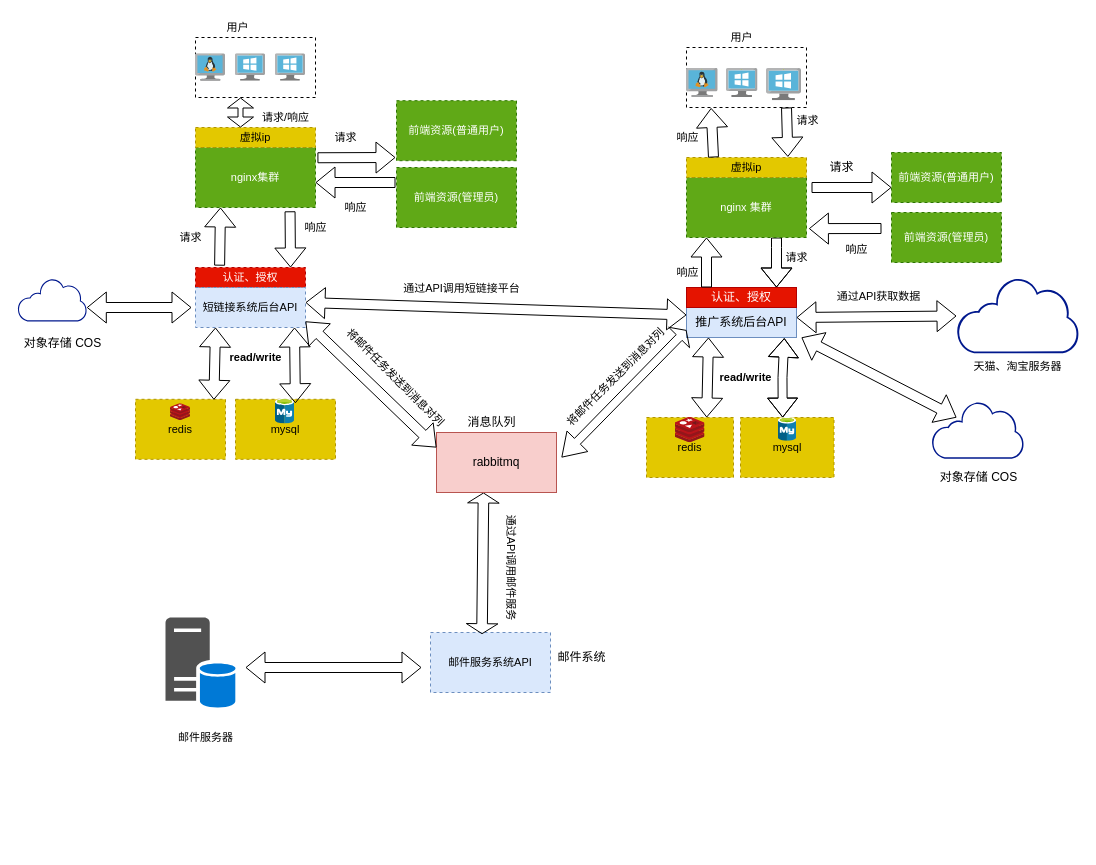
Before: Untitled Diagram.drawio in ndb000901/diagrams, a draw.io diagram. Source tidied: cells renumbered, new cells numbered last; positions are measured from the earlier drawing's top-left corner, leaving out a move shared by most shapes. Both pictures are drawn from the tidied source at 100%, with x=0, y=0 at pixel (17, 17).
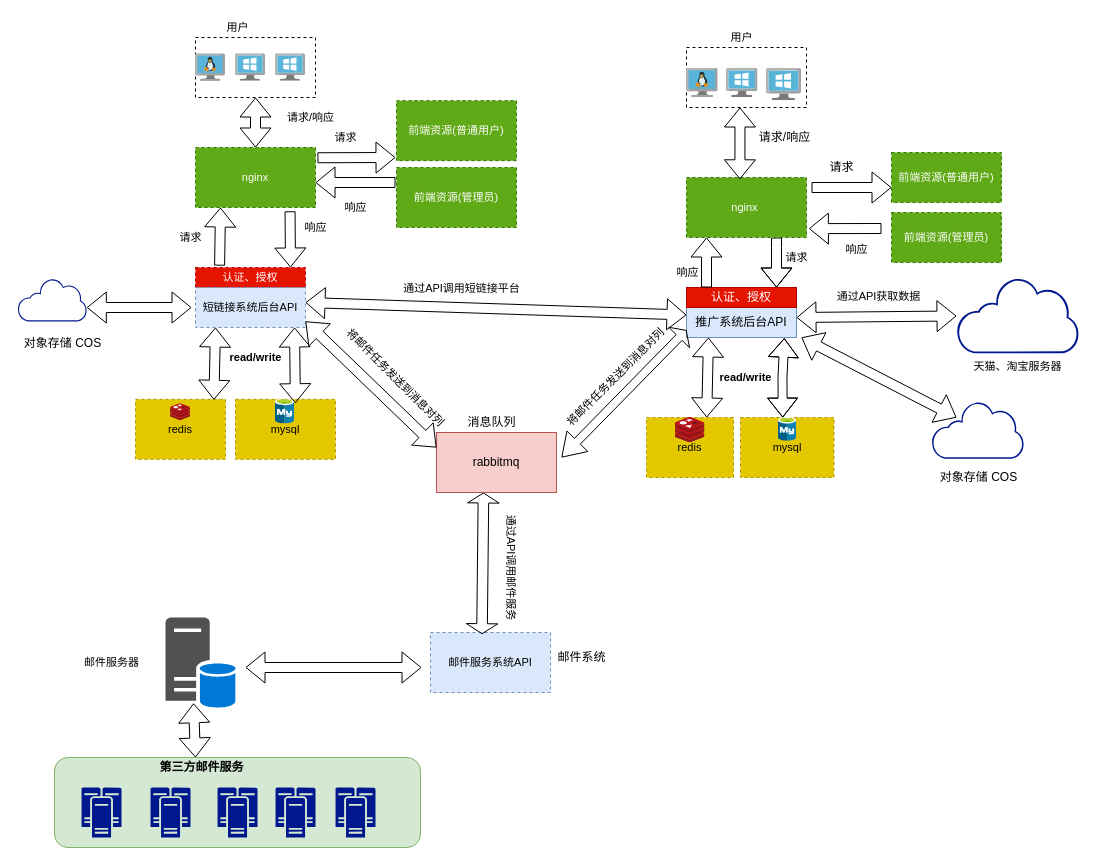
Above is the later version.

The change refers to these unchanged cells:
```xml
<mxCell id="13" style="rounded=0;whiteSpace=wrap;html=1;dashed=1;fontFamily=Helvetica;fontSize=11;fontColor=default;" parent="1" vertex="1">
  <mxGeometry x="669" y="30" width="120" height="60" as="geometry" />
</mxCell>
<mxCell id="61" style="sketch=0;shadow=0;dashed=0;html=1;strokeColor=none;labelPosition=center;verticalLabelPosition=bottom;verticalAlign=top;align=center;fillColor=#515151;shape=mxgraph.mscae.system_center.primary_site;fontFamily=Helvetica;fontSize=11;fontColor=default;" parent="1" vertex="1">
  <mxGeometry x="148" y="600" width="70" height="90" as="geometry" />
</mxCell>
```

Change to the diagram source:
```diff
@@
-    <mxCell id="8" value="nginx 集群" style="rounded=0;whiteSpace=wrap;html=1;fontFamily=Helvetica;fontSize=11;fontColor=#ffffff;dashed=1;fillColor=#60a917;strokeColor=#2D7600;" parent="1" vertex="1">
+    <mxCell id="8" value="nginx&amp;nbsp;" style="rounded=0;whiteSpace=wrap;html=1;fontFamily=Helvetica;fontSize=11;fontColor=#ffffff;dashed=1;fillColor=#60a917;strokeColor=#2D7600;" parent="1" vertex="1">
       <mxGeometry x="669" y="160" width="120" height="60" as="geometry" />
     </mxCell>
@@
-    <mxCell id="12" value="虚拟ip" style="rounded=0;whiteSpace=wrap;html=1;dashed=1;fontFamily=Helvetica;fontSize=11;fontColor=#000000;fillColor=#e3c800;strokeColor=#B09500;" parent="1" vertex="1">
-      <mxGeometry x="669" y="140" width="120" height="20" as="geometry" />
-    </mxCell>
@@
-    <mxCell id="15" style="shape=flexArrow;endArrow=classic;html=1;rounded=0;labelBackgroundColor=default;fontFamily=Helvetica;fontSize=11;fontColor=default;strokeColor=default;entryX=0.845;entryY=-0.031;entryDx=0;entryDy=0;entryPerimeter=0;" parent="1" edge="1" target="12">
-      <mxGeometry relative="1" as="geometry">
-        <mxPoint x="769" y="90" as="sourcePoint" />
-      </mxGeometry>
-    </mxCell>
-    <mxCell id="16" value="请求" style="edgeLabel;html=1;align=center;verticalAlign=middle;fontSize=11;fontFamily=Helvetica;fontColor=default;" parent="15" vertex="1">
-      <mxGeometry x="-0.48" relative="1" as="geometry">
-        <mxPoint x="20" as="offset" />
-      </mxGeometry>
-    </mxCell>
-    <mxCell id="17" style="shape=flexArrow;endArrow=classic;html=1;rounded=0;labelBackgroundColor=default;fontFamily=Helvetica;fontSize=11;fontColor=default;strokeColor=default;entryX=0.205;entryY=1.008;entryDx=0;entryDy=0;entryPerimeter=0;" parent="1" edge="1" target="13">
-      <mxGeometry relative="1" as="geometry">
-        <mxPoint x="696" y="140" as="sourcePoint" />
-      </mxGeometry>
-    </mxCell>
-    <mxCell id="18" value="响应" style="edgeLabel;html=1;align=center;verticalAlign=middle;fontSize=11;fontFamily=Helvetica;fontColor=default;" parent="17" vertex="1">
-      <mxGeometry x="0.41" y="-1" relative="1" as="geometry">
-        <mxPoint x="-26" y="15" as="offset" />
-      </mxGeometry>
-    </mxCell>
@@
-    <mxCell id="41" value="nginx集群" style="rounded=0;whiteSpace=wrap;html=1;dashed=1;fontFamily=Helvetica;fontSize=11;fontColor=#ffffff;fillColor=#60a917;strokeColor=#2D7600;" parent="1" vertex="1">
+    <mxCell id="41" value="nginx" style="rounded=0;whiteSpace=wrap;html=1;dashed=1;fontFamily=Helvetica;fontSize=11;fontColor=#ffffff;fillColor=#60a917;strokeColor=#2D7600;" parent="1" vertex="1">
       <mxGeometry x="178" y="130" width="120" height="60" as="geometry" />
     </mxCell>
-    <mxCell id="42" value="虚拟ip" style="rounded=0;whiteSpace=wrap;html=1;dashed=1;fontFamily=Helvetica;fontSize=11;fontColor=#000000;fillColor=#e3c800;strokeColor=#B09500;" parent="1" vertex="1">
-      <mxGeometry x="178" y="110" width="120" height="20" as="geometry" />
-    </mxCell>
@@
-    <mxCell id="56" style="shape=flexArrow;endArrow=classic;startArrow=classic;html=1;rounded=0;labelBackgroundColor=default;fontFamily=Helvetica;fontSize=11;fontColor=default;strokeColor=default;width=5;endSize=3;startSize=3;exitX=0.667;exitY=0;exitDx=0;exitDy=0;exitPerimeter=0;" parent="1" edge="1">
-      <mxGeometry relative="1" as="geometry">
-        <mxPoint x="223" y="110" as="sourcePoint" />
-        <mxPoint x="223" y="80" as="targetPoint" />
-      </mxGeometry>
-    </mxCell>
     <mxCell id="57" value="请求/响应" style="text;html=1;align=center;verticalAlign=middle;strokeColor=none;fillColor=none;fontSize=11;fontFamily=Helvetica;fontColor=default;" parent="1" vertex="1">
-      <mxGeometry x="233" y="90" width="70" height="20" as="geometry" />
+      <mxGeometry x="258" y="90" width="70" height="20" as="geometry" />
     </mxCell>
@@
     <mxCell id="60" value="邮件服务器" style="text;html=1;align=center;verticalAlign=middle;strokeColor=none;fillColor=none;fontSize=11;fontFamily=Helvetica;fontColor=default;" parent="1" vertex="1">
-      <mxGeometry x="148" y="710" width="80" height="20" as="geometry" />
+      <mxGeometry x="54" y="635" width="80" height="20" as="geometry" />
     </mxCell>
@@
+    <mxCell id="84" style="shape=flexArrow;endArrow=classic;startArrow=classic;html=1;rounded=0;exitX=0.445;exitY=0.03;exitDx=0;exitDy=0;exitPerimeter=0;" parent="1" edge="1" source="8">
+      <mxGeometry relative="1" as="geometry">
+        <mxPoint x="722.5" y="90" as="targetPoint" />
+      </mxGeometry>
+    </mxCell>
+    <mxCell id="85" style="shape=flexArrow;endArrow=classic;startArrow=classic;html=1;rounded=0;" parent="1" edge="1" source="41">
+      <mxGeometry relative="1" as="geometry">
+        <mxPoint x="238" y="80" as="targetPoint" />
+      </mxGeometry>
+    </mxCell>
+    <mxCell id="86" value="请求/响应" style="text;html=1;align=center;verticalAlign=middle;strokeColor=none;fillColor=none;" parent="1" vertex="1">
+      <mxGeometry x="731.5" y="110" width="70" height="20" as="geometry" />
+    </mxCell>
+    <mxCell id="87" style="rounded=1;whiteSpace=wrap;html=1;fillColor=#d5e8d4;strokeColor=#82b366;" parent="1" vertex="1">
+      <mxGeometry x="37" y="740" width="366" height="90" as="geometry" />
+    </mxCell>
+    <mxCell id="88" style="sketch=0;shadow=0;dashed=0;html=1;strokeColor=none;labelPosition=center;verticalLabelPosition=bottom;verticalAlign=top;align=center;fillColor=#00188D;shape=mxgraph.mscae.enterprise.cluster_server;" parent="1" vertex="1">
+      <mxGeometry x="64" y="770" width="40" height="50" as="geometry" />
+    </mxCell>
+    <mxCell id="89" style="sketch=0;shadow=0;dashed=0;html=1;strokeColor=none;labelPosition=center;verticalLabelPosition=bottom;verticalAlign=top;align=center;fillColor=#00188D;shape=mxgraph.mscae.enterprise.cluster_server;" parent="1" vertex="1">
+      <mxGeometry x="133" y="770" width="40" height="50" as="geometry" />
+    </mxCell>
+    <mxCell id="90" style="sketch=0;shadow=0;dashed=0;html=1;strokeColor=none;labelPosition=center;verticalLabelPosition=bottom;verticalAlign=top;align=center;fillColor=#00188D;shape=mxgraph.mscae.enterprise.cluster_server;" parent="1" vertex="1">
+      <mxGeometry x="200" y="770" width="40" height="50" as="geometry" />
+    </mxCell>
+    <mxCell id="91" value="&lt;b&gt;第三方邮件服务&lt;/b&gt;" style="text;html=1;align=center;verticalAlign=middle;strokeColor=none;fillColor=none;" parent="1" vertex="1">
+      <mxGeometry x="134" y="740" width="100" height="20" as="geometry" />
+    </mxCell>
+    <mxCell id="92" style="sketch=0;shadow=0;dashed=0;html=1;strokeColor=none;labelPosition=center;verticalLabelPosition=bottom;verticalAlign=top;align=center;fillColor=#00188D;shape=mxgraph.mscae.enterprise.cluster_server;" parent="1" vertex="1">
+      <mxGeometry x="258" y="770" width="40" height="50" as="geometry" />
+    </mxCell>
+    <mxCell id="93" style="sketch=0;shadow=0;dashed=0;html=1;strokeColor=none;labelPosition=center;verticalLabelPosition=bottom;verticalAlign=top;align=center;fillColor=#00188D;shape=mxgraph.mscae.enterprise.cluster_server;" parent="1" vertex="1">
+      <mxGeometry x="318" y="770" width="40" height="50" as="geometry" />
+    </mxCell>
+    <mxCell id="94" style="shape=flexArrow;endArrow=classic;startArrow=classic;html=1;rounded=0;entryX=0.4;entryY=0.953;entryDx=0;entryDy=0;entryPerimeter=0;" parent="1" edge="1" target="61">
+      <mxGeometry relative="1" as="geometry">
+        <mxPoint x="178" y="740" as="sourcePoint" />
+      </mxGeometry>
+    </mxCell>
```
